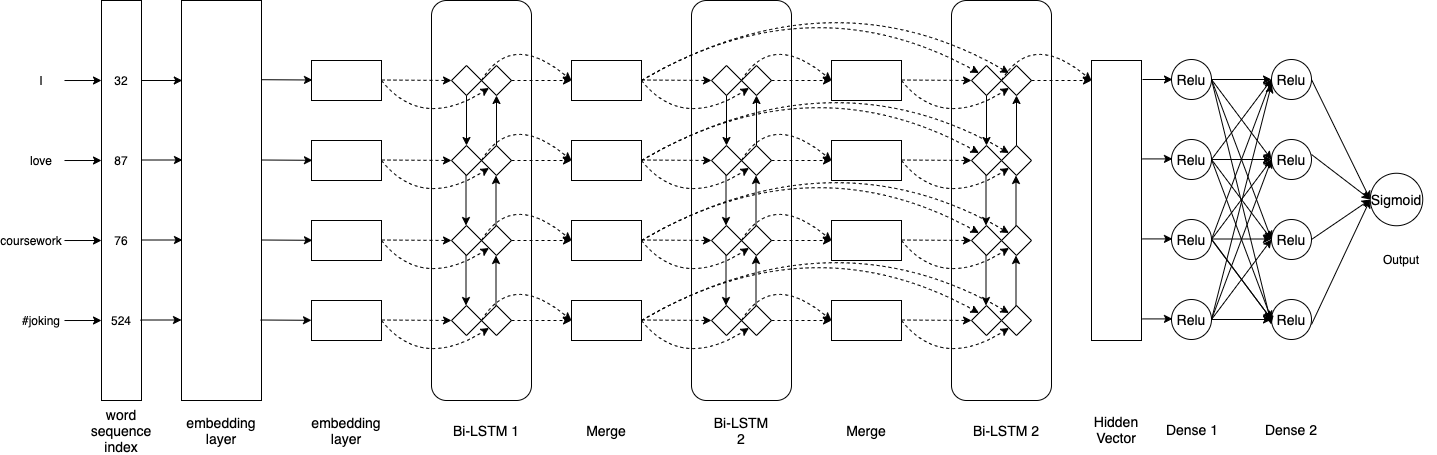
The draw.io diagram lstmdrawio.png in mexicer/SemEval-2018-task3-THU_NGN, before a commit. Source tidied: cells renumbered, new cells last; positions are measured from the earlier drawing's top-left corner, leaving out a move shared by most shapes.
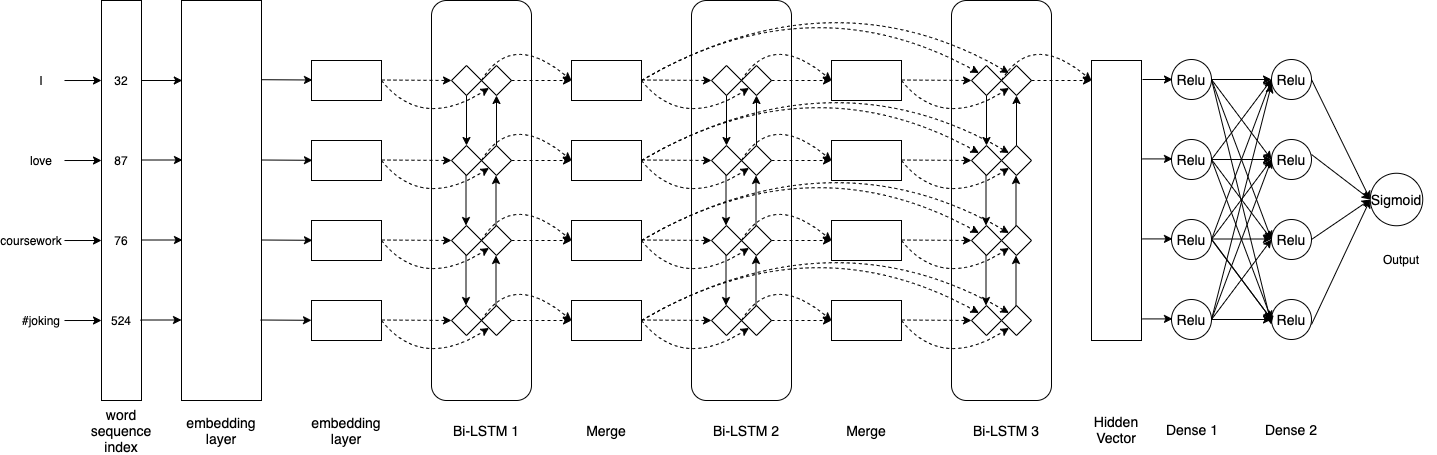
The same diagram one commit later.

What changed in the source:
```diff
@@ -413,7 +413,7 @@
       </mxGeometry>
     </mxCell>
     <mxCell id="94" value="Bi-LSTM 2" style="text;html=1;strokeColor=none;fillColor=none;align=center;verticalAlign=middle;whiteSpace=wrap;rounded=0;dashed=1;strokeWidth=14;fontSize=14;" parent="1" vertex="1">
-      <mxGeometry x="700" y="450" width="60" height="20" as="geometry" />
+      <mxGeometry x="700" y="450" width="70" height="20" as="geometry" />
     </mxCell>
     <mxCell id="95" value="Merge" style="text;html=1;strokeColor=none;fillColor=none;align=center;verticalAlign=middle;whiteSpace=wrap;rounded=0;dashed=1;strokeWidth=14;fontSize=14;" parent="1" vertex="1">
       <mxGeometry x="825" y="450" width="60" height="20" as="geometry" />
@@ -569,7 +569,7 @@
         <mxPoint x="1080" y="110" as="targetPoint" />
       </mxGeometry>
     </mxCell>
-    <mxCell id="124" value="Bi-LSTM 2" style="text;html=1;strokeColor=none;fillColor=none;align=center;verticalAlign=middle;whiteSpace=wrap;rounded=0;dashed=1;strokeWidth=14;fontSize=14;" parent="1" vertex="1">
+    <mxCell id="124" value="Bi-LSTM 3" style="text;html=1;strokeColor=none;fillColor=none;align=center;verticalAlign=middle;whiteSpace=wrap;rounded=0;dashed=1;strokeWidth=14;fontSize=14;" parent="1" vertex="1">
       <mxGeometry x="960" y="450" width="70" height="20" as="geometry" />
     </mxCell>
     <mxCell id="125" style="endArrow=classic;html=1;entryX=0;entryY=1;entryDx=0;entryDy=0;curved=1;dashed=1;" parent="1" edge="1" target="106">
```
